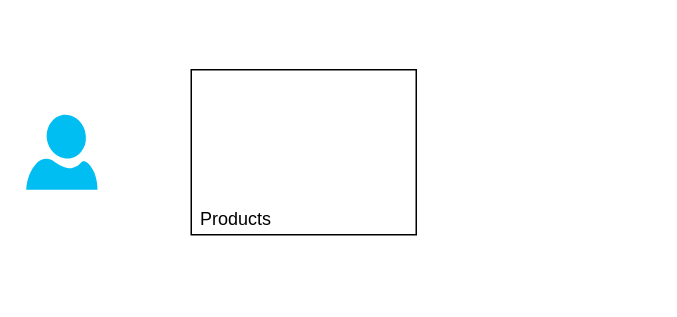
Earlier version of the draw.io diagram Intelligent customer service.drawio (EvanLeung08/eshare-architect-doc). Source tidied: cells renumbered, new cells numbered last; positions are measured from the earlier drawing's top-left corner, leaving out a move shared by most shapes. Both pictures are drawn from the tidied source at 150%, with x=0, y=0 at pixel (26, 69).
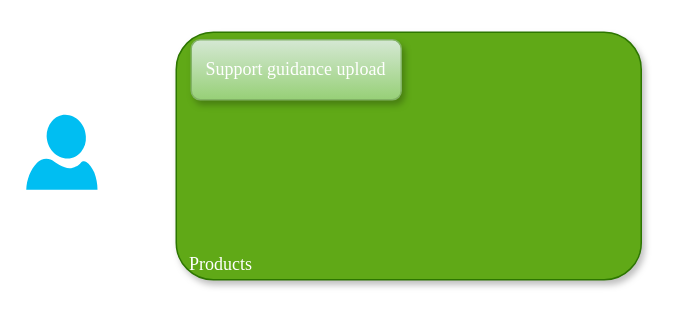
The same diagram, later.

What changed in the source:
```diff
@@
 <mxGraphModel>
   <root>
     <mxCell id="0" />
     <mxCell id="1" parent="0" />
-    <mxCell id="2" style="verticalLabelPosition=bottom;html=1;verticalAlign=top;align=center;strokeColor=none;fillColor=#00BEF2;shape=mxgraph.azure.user;" parent="1" vertex="1">
+    <mxCell id="2" style="verticalLabelPosition=bottom;html=1;verticalAlign=top;align=center;strokeColor=none;fillColor=#00BEF2;shape=mxgraph.azure.user;fontColor=light-dark(#ffffff, #ededed);fontFamily=Times New Roman;" parent="1" vertex="1">
       <mxGeometry y="30" width="47.5" height="50" as="geometry" />
     </mxCell>
-    <mxCell id="3" style="rounded=0;whiteSpace=wrap;html=1;" parent="1" vertex="1">
-      <mxGeometry x="110" width="150" height="110" as="geometry" />
+    <mxCell id="3" style="rounded=1;whiteSpace=wrap;html=1;fillColor=#60a917;fontColor=light-dark(#ffffff, #ededed);strokeColor=#2D7600;fontFamily=Times New Roman;glass=0;shadow=1;" parent="1" vertex="1">
+      <mxGeometry x="100" y="-25" width="310" height="165" as="geometry" />
     </mxCell>
-    <mxCell id="4" value="Products" style="text;html=1;align=center;verticalAlign=middle;whiteSpace=wrap;rounded=0;" parent="1" vertex="1">
-      <mxGeometry x="110" y="90" width="60" height="20" as="geometry" />
+    <mxCell id="4" value="Products" style="text;html=1;align=center;verticalAlign=middle;whiteSpace=wrap;rounded=1;fontColor=light-dark(#ffffff, #ededed);fontFamily=Times New Roman;glass=0;shadow=1;" parent="1" vertex="1">
+      <mxGeometry x="100" y="120" width="60" height="20" as="geometry" />
     </mxCell>
+    <mxCell id="5" value="Support guidance upload" style="rounded=1;whiteSpace=wrap;html=1;fillColor=#d5e8d4;strokeColor=#82b366;gradientColor=#97d077;fontColor=light-dark(#ffffff, #ededed);fontFamily=Times New Roman;glass=0;shadow=1;" parent="1" vertex="1">
+      <mxGeometry x="110" y="-20" width="140" height="40" as="geometry" />
+    </mxCell>
   </root>
 </mxGraphModel>
```
